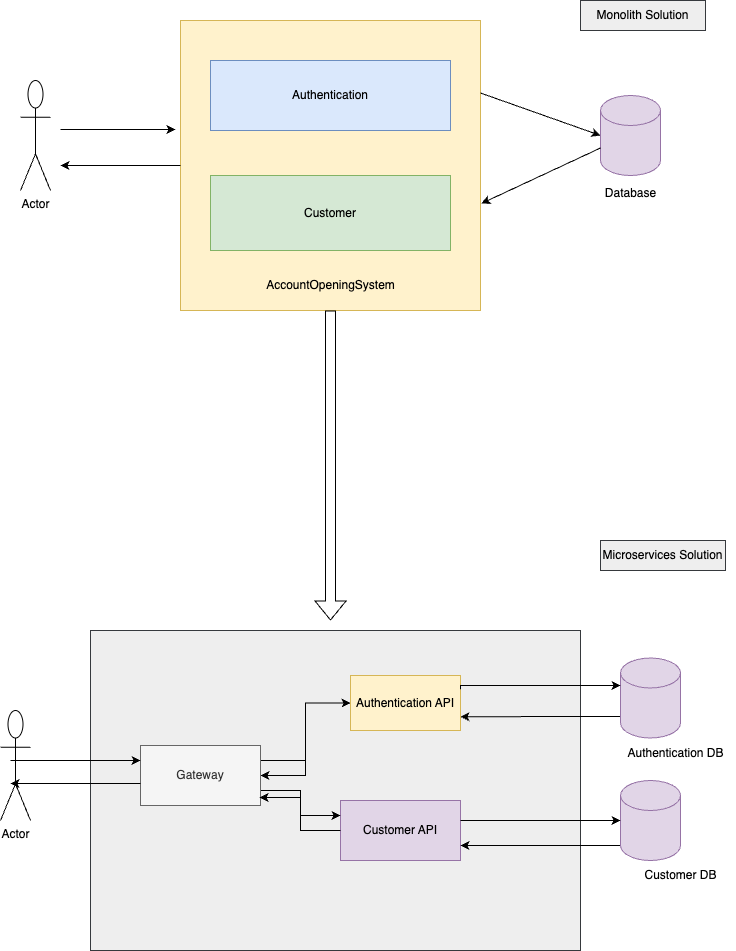
This is AccountOpeningSystem.drawio.png from ayhanugurlu/AccountOpeningSystem, a draw.io export, as it was before one commit. Source tidied: cells renumbered, new cells last; positions are measured from the earlier drawing's top-left corner, leaving out a move shared by most shapes. The source it was exported from:
```xml
<mxGraphModel>
  <root>
    <mxCell id="0" />
    <mxCell id="1" parent="0" />
    <mxCell id="2" value="Actor" style="shape=umlActor;verticalLabelPosition=bottom;verticalAlign=top;html=1;" parent="1" vertex="1">
      <mxGeometry x="20" y="80" width="30" height="110" as="geometry" />
    </mxCell>
    <mxCell id="3" style="rounded=0;whiteSpace=wrap;html=1;fillColor=#fff2cc;strokeColor=#d6b656;" parent="1" vertex="1">
      <mxGeometry x="180" y="20" width="300" height="290" as="geometry" />
    </mxCell>
    <mxCell id="4" style="shape=cylinder3;whiteSpace=wrap;html=1;boundedLbl=1;backgroundOutline=1;size=15;fillColor=#e1d5e7;strokeColor=#9673a6;" parent="1" vertex="1">
      <mxGeometry x="600" y="95" width="60" height="80" as="geometry" />
    </mxCell>
    <mxCell id="5" value="Authentication" style="rounded=0;whiteSpace=wrap;html=1;fillColor=#dae8fc;strokeColor=#6c8ebf;" parent="1" vertex="1">
      <mxGeometry x="210" y="60" width="240" height="70" as="geometry" />
    </mxCell>
    <mxCell id="6" value="Customer" style="rounded=0;whiteSpace=wrap;html=1;fillColor=#d5e8d4;strokeColor=#82b366;" parent="1" vertex="1">
      <mxGeometry x="210" y="175" width="240" height="75" as="geometry" />
    </mxCell>
    <mxCell id="7" style="endArrow=classic;html=1;rounded=0;entryX=-0.017;entryY=0.376;entryDx=0;entryDy=0;entryPerimeter=0;" parent="1" edge="1" target="3">
      <mxGeometry relative="1" as="geometry">
        <mxPoint x="60" y="129" as="sourcePoint" />
      </mxGeometry>
    </mxCell>
    <mxCell id="8" style="endArrow=classic;html=1;rounded=0;exitX=1;exitY=0.25;exitDx=0;exitDy=0;entryX=0;entryY=0.5;entryDx=0;entryDy=0;entryPerimeter=0;" parent="1" edge="1" source="3" target="4">
      <mxGeometry relative="1" as="geometry" />
    </mxCell>
    <mxCell id="9" style="endArrow=classic;html=1;rounded=0;entryX=1.003;entryY=0.631;entryDx=0;entryDy=0;entryPerimeter=0;exitX=0;exitY=0;exitDx=0;exitDy=52.5;exitPerimeter=0;" parent="1" edge="1" source="4" target="3">
      <mxGeometry relative="1" as="geometry" />
    </mxCell>
    <mxCell id="10" style="endArrow=classic;html=1;rounded=0;exitX=0;exitY=0.5;exitDx=0;exitDy=0;" parent="1" edge="1" source="3">
      <mxGeometry relative="1" as="geometry">
        <mxPoint x="60" y="165" as="targetPoint" />
      </mxGeometry>
    </mxCell>
    <mxCell id="11" value="AccountOpeningSystem" style="text;html=1;align=center;verticalAlign=middle;strokeColor=none;fillColor=none;" parent="1" vertex="1">
      <mxGeometry x="255" y="270" width="150" height="30" as="geometry" />
    </mxCell>
    <mxCell id="12" value="Database" style="text;html=1;align=center;verticalAlign=middle;strokeColor=none;fillColor=none;" parent="1" vertex="1">
      <mxGeometry x="595" y="178" width="70" height="30" as="geometry" />
    </mxCell>
    <mxCell id="13" style="rounded=0;whiteSpace=wrap;html=1;fillColor=#eeeeee;strokeColor=#36393d;" parent="1" vertex="1">
      <mxGeometry x="90" y="630" width="490" height="320" as="geometry" />
    </mxCell>
    <mxCell id="14" style="edgeStyle=orthogonalEdgeStyle;rounded=0;jettySize=auto;html=1;entryX=1;entryY=0.5;entryDx=0;entryDy=0;" parent="1" edge="1" source="15" target="19">
      <mxGeometry relative="1" as="geometry" />
    </mxCell>
    <mxCell id="15" value="Authentication API" style="rounded=0;whiteSpace=wrap;html=1;fillColor=#fff2cc;strokeColor=#d6b656;" parent="1" vertex="1">
      <mxGeometry x="350" y="675" width="110" height="55" as="geometry" />
    </mxCell>
    <mxCell id="16" value="Customer API" style="rounded=0;whiteSpace=wrap;html=1;fillColor=#e1d5e7;strokeColor=#9673a6;" parent="1" vertex="1">
      <mxGeometry x="340" y="800" width="120" height="60" as="geometry" />
    </mxCell>
    <mxCell id="17" style="edgeStyle=orthogonalEdgeStyle;rounded=0;jettySize=auto;html=1;exitX=1;exitY=0.25;exitDx=0;exitDy=0;entryX=0;entryY=0.5;entryDx=0;entryDy=0;" parent="1" edge="1" source="19" target="15">
      <mxGeometry relative="1" as="geometry" />
    </mxCell>
    <mxCell id="18" style="edgeStyle=orthogonalEdgeStyle;rounded=0;jettySize=auto;html=1;entryX=0;entryY=0.25;entryDx=0;entryDy=0;" parent="1" edge="1" source="19" target="16">
      <mxGeometry relative="1" as="geometry">
        <Array as="points">
          <mxPoint x="300" y="790" />
          <mxPoint x="300" y="815" />
        </Array>
      </mxGeometry>
    </mxCell>
    <mxCell id="19" value="Gateway" style="rounded=0;whiteSpace=wrap;html=1;fillColor=#f5f5f5;fontColor=#333333;strokeColor=#666666;" parent="1" vertex="1">
      <mxGeometry x="140" y="745" width="120" height="60" as="geometry" />
    </mxCell>
    <mxCell id="20" style="edgeStyle=orthogonalEdgeStyle;rounded=0;jettySize=auto;html=1;entryX=1;entryY=0.75;entryDx=0;entryDy=0;" parent="1" edge="1" source="21" target="16">
      <mxGeometry relative="1" as="geometry">
        <Array as="points">
          <mxPoint x="580" y="845" />
          <mxPoint x="580" y="845" />
        </Array>
      </mxGeometry>
    </mxCell>
    <mxCell id="21" style="shape=cylinder3;whiteSpace=wrap;html=1;boundedLbl=1;backgroundOutline=1;size=15;fillColor=#e1d5e7;strokeColor=#9673a6;" parent="1" vertex="1">
      <mxGeometry x="620" y="780" width="60" height="80" as="geometry" />
    </mxCell>
    <mxCell id="22" value="Actor" style="shape=umlActor;verticalLabelPosition=bottom;verticalAlign=top;html=1;" parent="1" vertex="1">
      <mxGeometry y="710" width="30" height="110" as="geometry" />
    </mxCell>
    <mxCell id="23" style="endArrow=classic;html=1;rounded=0;entryX=0;entryY=0.25;entryDx=0;entryDy=0;" parent="1" edge="1" target="19">
      <mxGeometry relative="1" as="geometry">
        <mxPoint x="10" y="760" as="sourcePoint" />
      </mxGeometry>
    </mxCell>
    <mxCell id="24" style="endArrow=classic;html=1;rounded=0;exitX=0;exitY=0.633;exitDx=0;exitDy=0;exitPerimeter=0;" parent="1" edge="1" source="19">
      <mxGeometry relative="1" as="geometry">
        <mxPoint x="10" y="783" as="targetPoint" />
      </mxGeometry>
    </mxCell>
    <mxCell id="25" style="edgeStyle=orthogonalEdgeStyle;rounded=0;jettySize=auto;html=1;entryX=0.992;entryY=0.867;entryDx=0;entryDy=0;entryPerimeter=0;" parent="1" edge="1" source="16" target="19">
      <mxGeometry relative="1" as="geometry" />
    </mxCell>
    <mxCell id="26" style="edgeStyle=orthogonalEdgeStyle;rounded=0;jettySize=auto;html=1;entryX=1;entryY=0.75;entryDx=0;entryDy=0;" parent="1" edge="1" source="27" target="15">
      <mxGeometry relative="1" as="geometry">
        <Array as="points">
          <mxPoint x="580" y="716" />
          <mxPoint x="580" y="716" />
        </Array>
      </mxGeometry>
    </mxCell>
    <mxCell id="27" style="shape=cylinder3;whiteSpace=wrap;html=1;boundedLbl=1;backgroundOutline=1;size=15;fillColor=#e1d5e7;strokeColor=#9673a6;" parent="1" vertex="1">
      <mxGeometry x="620" y="657.5" width="60" height="80" as="geometry" />
    </mxCell>
    <mxCell id="28" style="edgeStyle=orthogonalEdgeStyle;rounded=0;jettySize=auto;html=1;entryX=0;entryY=0;entryDx=0;entryDy=27.5;entryPerimeter=0;exitX=1;exitY=0.25;exitDx=0;exitDy=0;" parent="1" edge="1" source="15" target="27">
      <mxGeometry relative="1" as="geometry">
        <Array as="points">
          <mxPoint x="460" y="685" />
        </Array>
      </mxGeometry>
    </mxCell>
    <mxCell id="29" style="edgeStyle=orthogonalEdgeStyle;rounded=0;jettySize=auto;html=1;entryX=0;entryY=0.5;entryDx=0;entryDy=0;entryPerimeter=0;" parent="1" edge="1" source="16" target="21">
      <mxGeometry relative="1" as="geometry">
        <Array as="points">
          <mxPoint x="500" y="820" />
          <mxPoint x="500" y="820" />
        </Array>
      </mxGeometry>
    </mxCell>
    <mxCell id="30" value="Authentication DB" style="text;html=1;align=center;verticalAlign=middle;strokeColor=none;fillColor=none;" parent="1" vertex="1">
      <mxGeometry x="615" y="737.5" width="120" height="30" as="geometry" />
    </mxCell>
    <mxCell id="31" value="Customer DB" style="text;html=1;align=center;verticalAlign=middle;strokeColor=none;fillColor=none;" parent="1" vertex="1">
      <mxGeometry x="630" y="860" width="100" height="30" as="geometry" />
    </mxCell>
    <mxCell id="32" style="shape=flexArrow;endArrow=classic;html=1;rounded=0;exitX=0.5;exitY=1;exitDx=0;exitDy=0;" parent="1" edge="1" source="3">
      <mxGeometry relative="1" as="geometry">
        <mxPoint x="330" y="620" as="targetPoint" />
      </mxGeometry>
    </mxCell>
    <mxCell id="33" value="Monolith Solution" style="text;html=1;align=center;verticalAlign=middle;whiteSpace=wrap;rounded=0;fillColor=#eeeeee;strokeColor=#36393d;" parent="1" vertex="1">
      <mxGeometry x="580" width="125" height="30" as="geometry" />
    </mxCell>
    <mxCell id="34" value="Microservices Solution" style="text;html=1;align=center;verticalAlign=middle;whiteSpace=wrap;rounded=0;fillColor=#eeeeee;strokeColor=#36393d;" parent="1" vertex="1">
      <mxGeometry x="600" y="540" width="125" height="30" as="geometry" />
    </mxCell>
  </root>
</mxGraphModel>
```
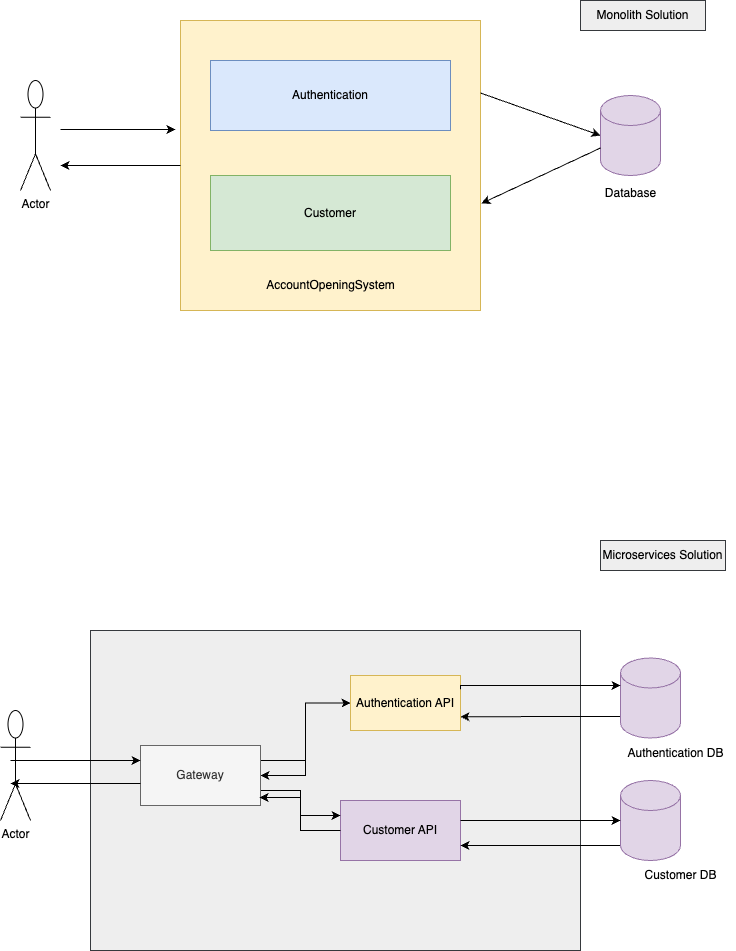
The same diagram one commit later.

Commit message:
deleted github action

Change to the diagram source:
```diff
@@ -124,11 +124,6 @@
     <mxCell id="31" value="Customer DB" style="text;html=1;align=center;verticalAlign=middle;strokeColor=none;fillColor=none;" parent="1" vertex="1">
       <mxGeometry x="630" y="860" width="100" height="30" as="geometry" />
     </mxCell>
-    <mxCell id="32" style="shape=flexArrow;endArrow=classic;html=1;rounded=0;exitX=0.5;exitY=1;exitDx=0;exitDy=0;" parent="1" edge="1" source="3">
-      <mxGeometry relative="1" as="geometry">
-        <mxPoint x="330" y="620" as="targetPoint" />
-      </mxGeometry>
-    </mxCell>
     <mxCell id="33" value="Monolith Solution" style="text;html=1;align=center;verticalAlign=middle;whiteSpace=wrap;rounded=0;fillColor=#eeeeee;strokeColor=#36393d;" parent="1" vertex="1">
       <mxGeometry x="580" width="125" height="30" as="geometry" />
     </mxCell>
```
